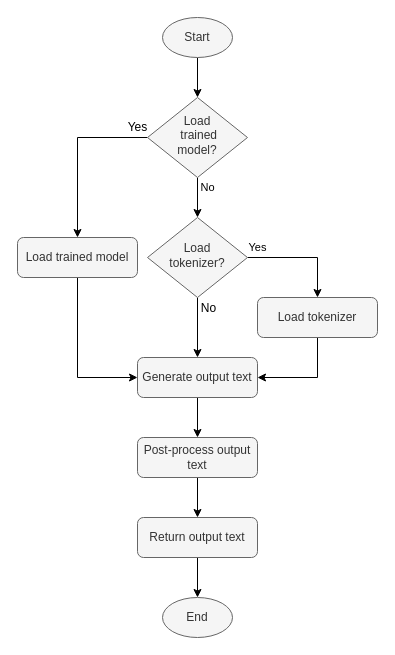
Above: Report/pictures/flowchart_generator.drawio in Teawolf-beep/TwitterBot (draw.io), before the change. Source tidied: cells renumbered, new cells numbered last; positions are measured from the earlier drawing's top-left corner, leaving out a move shared by most shapes. Both pictures are drawn from the tidied source at 100%, with x=0, y=0 at pixel (17, 17).
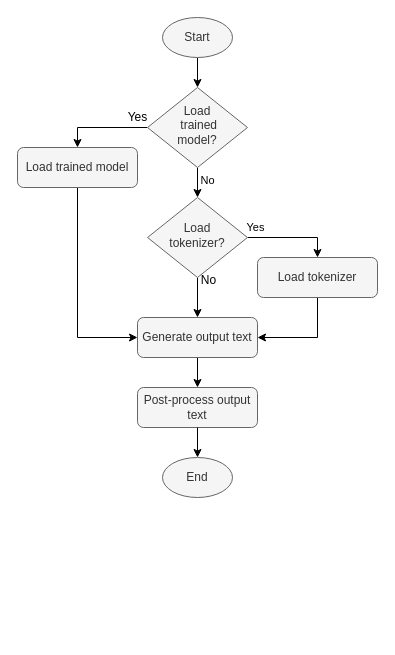
Above is the later version.

Diff of the diagram source:
```diff
@@
     <mxCell id="3" value="Generate output text" style="rounded=1;whiteSpace=wrap;html=1;fontSize=12;glass=0;strokeWidth=1;shadow=0;fillColor=#f5f5f5;strokeColor=#666666;fontColor=#333333;" parent="1" vertex="1">
-      <mxGeometry x="120" y="340" width="120" height="40" as="geometry" />
+      <mxGeometry x="120" y="300" width="120" height="40" as="geometry" />
     </mxCell>
-    <mxCell id="4" style="edgeStyle=orthogonalEdgeStyle;rounded=0;jettySize=auto;html=1;" parent="1" edge="1" source="5" target="7">
-      <mxGeometry relative="1" as="geometry" />
-    </mxCell>
     <mxCell id="5" value="Post-process output text" style="rounded=1;whiteSpace=wrap;html=1;fontSize=12;glass=0;strokeWidth=1;shadow=0;fillColor=#f5f5f5;strokeColor=#666666;fontColor=#333333;" parent="1" vertex="1">
-      <mxGeometry x="120" y="420" width="120" height="40" as="geometry" />
+      <mxGeometry x="120" y="370" width="120" height="40" as="geometry" />
     </mxCell>
-    <mxCell id="6" style="edgeStyle=orthogonalEdgeStyle;rounded=0;jettySize=auto;html=1;entryX=0.5;entryY=0;entryDx=0;entryDy=0;" parent="1" edge="1" source="7" target="18">
+    <mxCell id="6" style="edgeStyle=orthogonalEdgeStyle;rounded=0;jettySize=auto;html=1;entryX=0.5;entryY=0;entryDx=0;entryDy=0;exitX=0.5;exitY=1;exitDx=0;exitDy=0;" parent="1" edge="1" source="5" target="18">
       <mxGeometry relative="1" as="geometry" />
     </mxCell>
-    <mxCell id="7" value="Return output text" style="rounded=1;whiteSpace=wrap;html=1;fontSize=12;glass=0;strokeWidth=1;shadow=0;fillColor=#f5f5f5;strokeColor=#666666;fontColor=#333333;" parent="1" vertex="1">
-      <mxGeometry x="120" y="500" width="120" height="40" as="geometry" />
-    </mxCell>
@@
-    <mxCell id="9" style="edgeStyle=orthogonalEdgeStyle;rounded=0;jettySize=auto;html=1;entryX=0.5;entryY=0;entryDx=0;entryDy=0;" parent="1" edge="1" source="11" target="20">
+    <mxCell id="9" style="edgeStyle=orthogonalEdgeStyle;rounded=0;jettySize=auto;html=1;entryX=0.5;entryY=0;entryDx=0;entryDy=0;exitX=0;exitY=0.5;exitDx=0;exitDy=0;" parent="1" edge="1" source="11" target="20">
       <mxGeometry relative="1" as="geometry">
         <Array as="points">
-          <mxPoint x="60" y="120" />
+          <mxPoint x="60" y="110" />
         </Array>
       </mxGeometry>
     </mxCell>
     <mxCell id="10" value="Yes" style="text;html=1;align=center;verticalAlign=middle;labelBackgroundColor=#ffffff;" parent="9" vertex="1">
       <mxGeometry x="-0.41" relative="1" as="geometry">
-        <mxPoint x="39.9" y="-10.1" as="offset" />
+        <mxPoint x="16.4" y="-10.1" as="offset" />
       </mxGeometry>
     </mxCell>
     <mxCell id="11" value="Load&lt;br&gt;&amp;nbsp;trained &lt;br&gt;model?" style="rhombus;whiteSpace=wrap;html=1;shadow=0;fontFamily=Helvetica;fontSize=12;align=center;strokeWidth=1;spacing=6;spacingTop=-4;fillColor=#f5f5f5;strokeColor=#666666;fontColor=#333333;" parent="1" vertex="1">
-      <mxGeometry x="130" y="80" width="100" height="80" as="geometry" />
+      <mxGeometry x="130" y="70" width="100" height="80" as="geometry" />
     </mxCell>
@@
     <mxCell id="15" value="Load &lt;br&gt;tokenizer?" style="rhombus;whiteSpace=wrap;html=1;shadow=0;fontFamily=Helvetica;fontSize=12;align=center;strokeWidth=1;spacing=6;spacingTop=-4;fillColor=#f5f5f5;strokeColor=#666666;fontColor=#333333;" parent="1" vertex="1">
-      <mxGeometry x="130" y="200" width="100" height="80" as="geometry" />
+      <mxGeometry x="130" y="180" width="100" height="80" as="geometry" />
     </mxCell>
@@
     <mxCell id="18" value="End" style="ellipse;whiteSpace=wrap;html=1;fillColor=#f5f5f5;strokeColor=#666666;fontColor=#333333;" parent="1" vertex="1">
-      <mxGeometry x="145" y="580" width="70" height="40" as="geometry" />
+      <mxGeometry x="145" y="440" width="70" height="40" as="geometry" />
     </mxCell>
     <mxCell id="19" style="edgeStyle=orthogonalEdgeStyle;rounded=0;jettySize=auto;html=1;exitX=0.5;exitY=1;exitDx=0;exitDy=0;entryX=0;entryY=0.5;entryDx=0;entryDy=0;" parent="1" edge="1" source="20" target="3">
       <mxGeometry relative="1" as="geometry">
         <Array as="points">
-          <mxPoint x="60" y="360" />
+          <mxPoint x="60" y="320" />
         </Array>
       </mxGeometry>
     </mxCell>
     <mxCell id="20" value="Load trained model" style="rounded=1;whiteSpace=wrap;html=1;fontSize=12;glass=0;strokeWidth=1;shadow=0;fillColor=#f5f5f5;strokeColor=#666666;fontColor=#333333;" parent="1" vertex="1">
-      <mxGeometry y="220" width="120" height="40" as="geometry" />
+      <mxGeometry y="130" width="120" height="40" as="geometry" />
     </mxCell>
@@
     <mxCell id="22" value="Load tokenizer" style="rounded=1;whiteSpace=wrap;html=1;fontSize=12;glass=0;strokeWidth=1;shadow=0;fillColor=#f5f5f5;strokeColor=#666666;fontColor=#333333;" parent="1" vertex="1">
-      <mxGeometry x="240" y="280" width="120" height="40" as="geometry" />
+      <mxGeometry x="240" y="240" width="120" height="40" as="geometry" />
     </mxCell>
```
